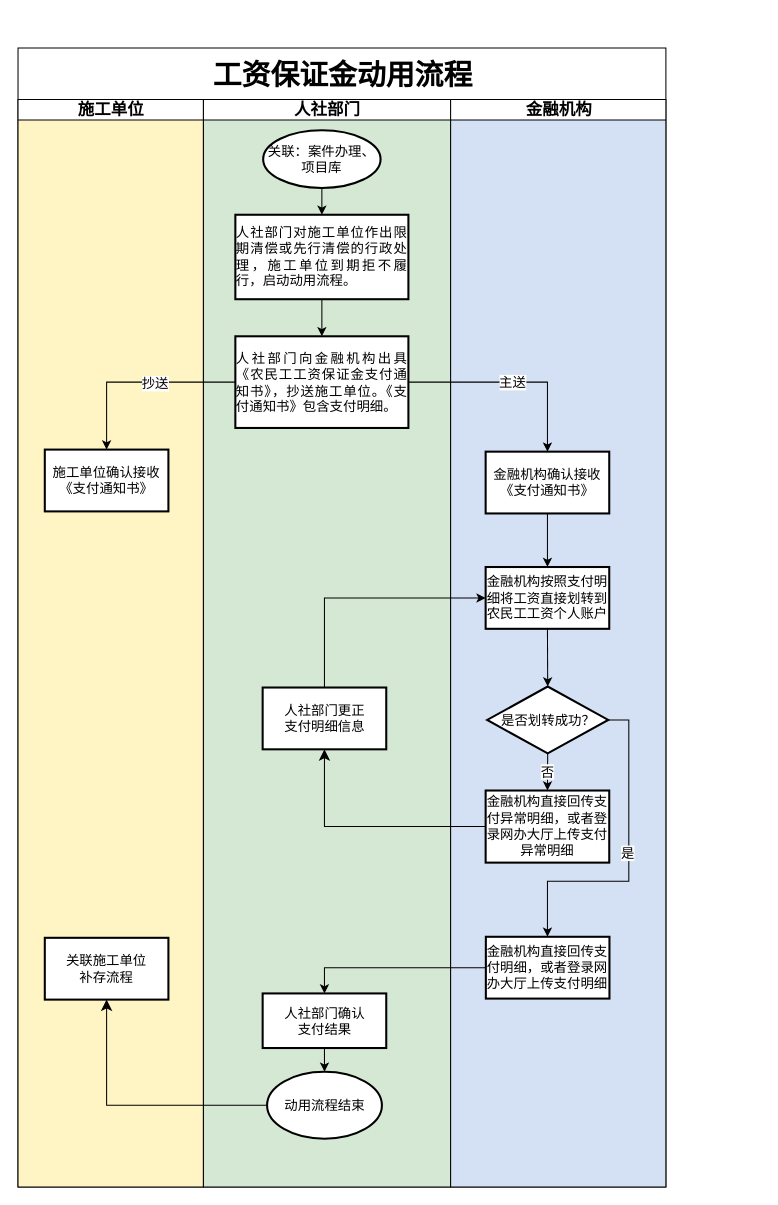
This is page "工资保证金动用流程" (3 of 4) of 农民工工资保证金-第三版.drawio from coderjbin/drawio, a draw.io file, before an edit. Source tidied: cells renumbered, new cells numbered last; positions are measured from the earlier drawing's top-left corner, leaving out a move shared by most shapes. Both pictures are drawn from the tidied source at 103%, with x=0, y=0 at pixel (18, 47).
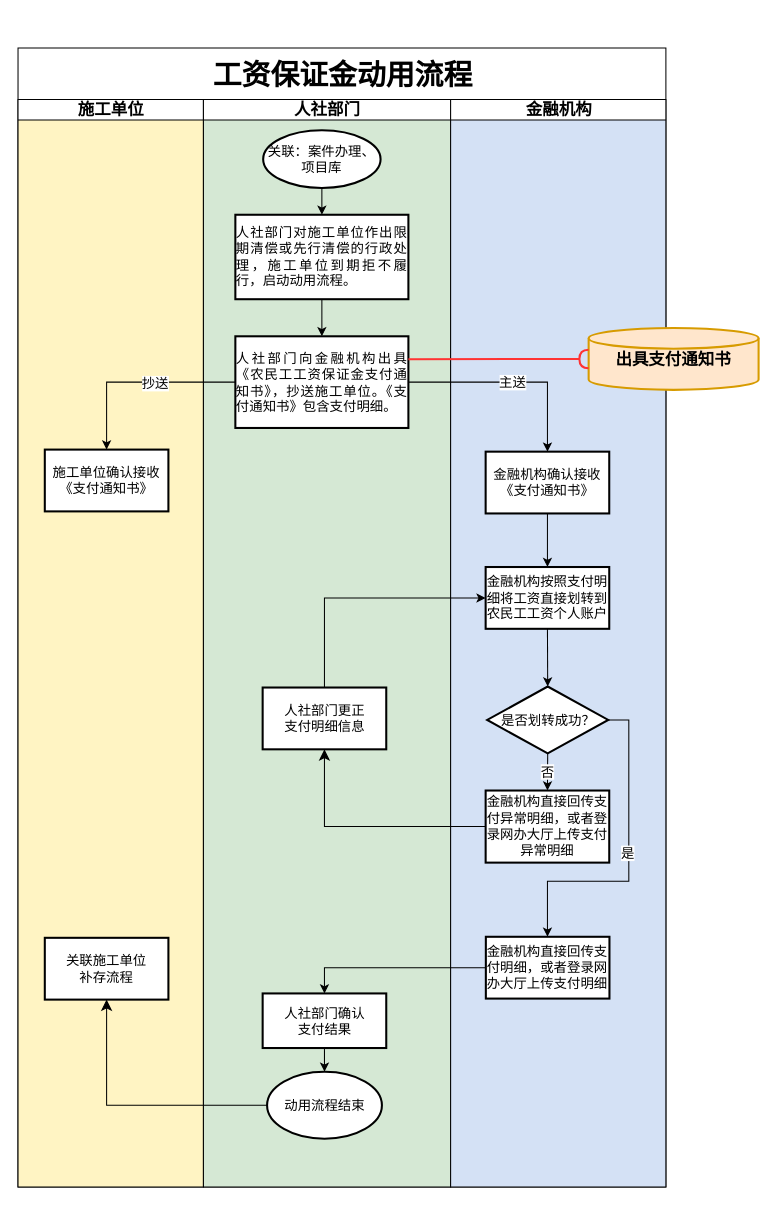
Above is the later version.

The change refers to these unchanged cells:
```xml
<mxCell id="7" value="&lt;p style=&quot;text-align: justify;&quot; class=&quot;MsoNormal&quot;&gt;&lt;font&gt;人社部门向金融机构出具《农民工工资保证金支付通知书》，抄送施工单位。《支付通知书》包含支付明细。&lt;/font&gt;&lt;br&gt;&lt;/p&gt;" style="whiteSpace=wrap;html=1;strokeWidth=2;fontSize=13;fontFamily=Helvetica;" parent="6" vertex="1">
  <mxGeometry x="31" y="230" width="168" height="89" as="geometry" />
</mxCell>
```

What changed in the source:
```diff
@@
+    <mxCell id="34" value="&lt;b style=&quot;&quot;&gt;&lt;font style=&quot;font-size: 16px;&quot;&gt;出具支付通知书&lt;/font&gt;&lt;/b&gt;" style="strokeWidth=2;html=1;shape=mxgraph.flowchart.database;whiteSpace=wrap;fillColor=#ffe6cc;strokeColor=#d79b00;" parent="1" vertex="1">
+      <mxGeometry x="554" y="272" width="165" height="60" as="geometry" />
+    </mxCell>
+    <mxCell id="35" style="rounded=0;jettySize=auto;html=1;endArrow=halfCircle;endFill=0;endSize=6;strokeWidth=2;sketch=0;fontSize=12;curved=1;entryX=0;entryY=0.5;entryDx=0;entryDy=0;entryPerimeter=0;strokeColor=#FF3333;exitX=1;exitY=0.25;exitDx=0;exitDy=0;" parent="1" edge="1" source="7" target="34">
+      <mxGeometry relative="1" as="geometry" />
+    </mxCell>
```
